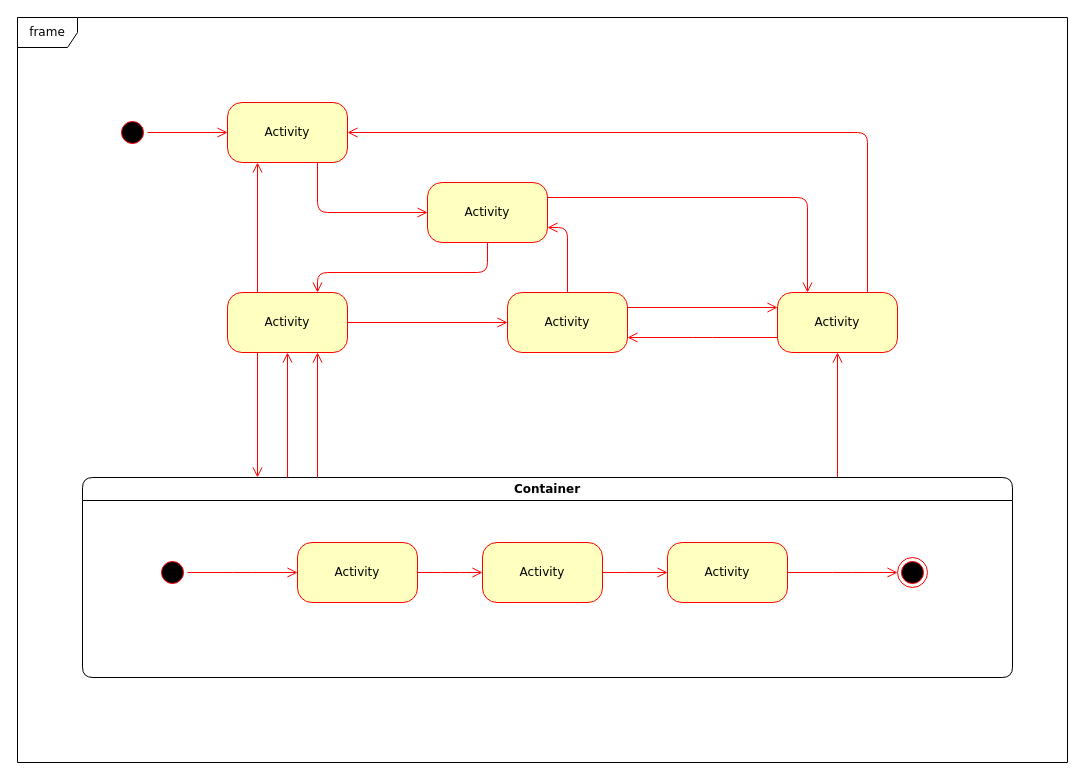
The draw.io diagram page "Page-1" (1 of 3) of Untitled Diagram.drawio in huyjim1996/AOI-Machine, before the edit. Source tidied: cells renumbered, new cells numbered last; positions are measured from the earlier drawing's top-left corner, leaving out a move shared by most shapes. Both pictures are drawn from the tidied source at 100%, with x=0, y=0 at pixel (17, 17).
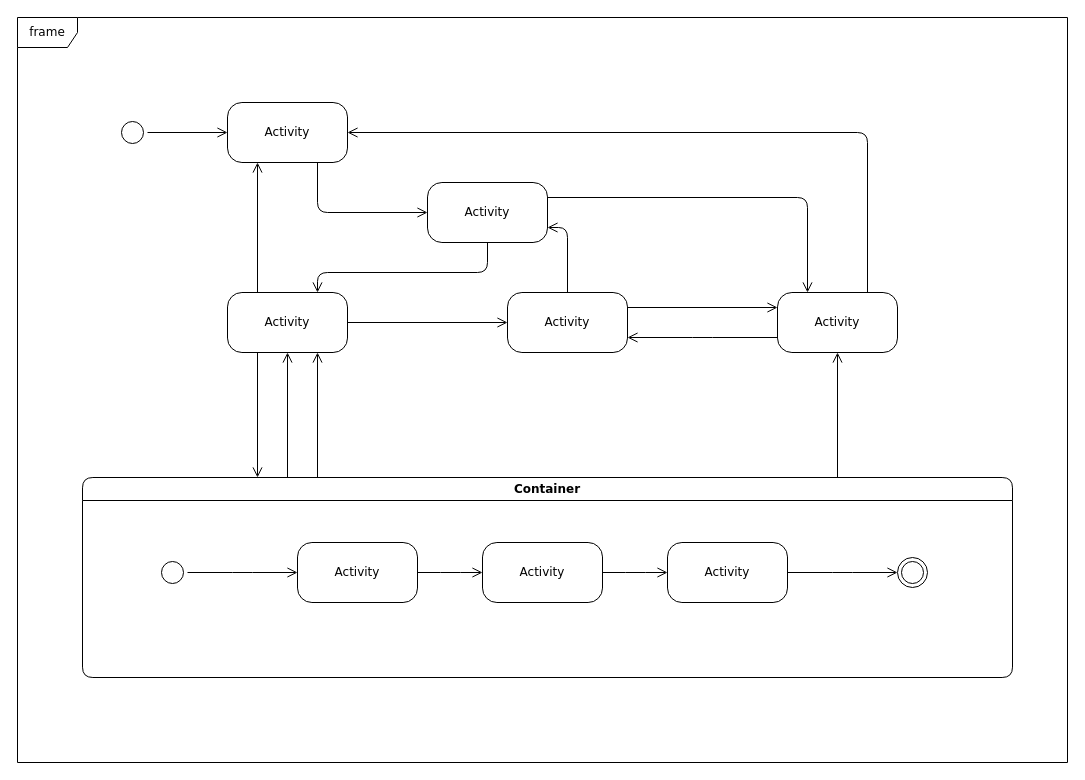
After the change.

The change refers to these unchanged cells:
```xml
<mxCell id="12" value="Container" style="swimlane;whiteSpace=wrap;html=1;rounded=1;shadow=0;comic=0;labelBackgroundColor=none;strokeWidth=1;fontFamily=Verdana;fontSize=12;align=center;" parent="1" vertex="1">
  <mxGeometry x="65" y="460" width="930" height="200" as="geometry" />
</mxCell>
```

Change to the diagram source:
```diff
@@
-    <mxCell id="2" style="ellipse;html=1;shape=startState;fillColor=#000000;strokeColor=#ff0000;rounded=1;shadow=0;comic=0;labelBackgroundColor=none;fontFamily=Verdana;fontSize=12;fontColor=#000000;align=center;direction=south;" parent="1" vertex="1">
+    <mxCell id="2" style="ellipse;html=1;shape=startState;rounded=1;shadow=0;comic=0;labelBackgroundColor=none;fontFamily=Verdana;fontSize=12;align=center;direction=south;" parent="1" vertex="1">
       <mxGeometry x="100" y="100" width="30" height="30" as="geometry" />
     </mxCell>
-    <mxCell id="3" value="Activity" style="rounded=1;whiteSpace=wrap;html=1;arcSize=24;fillColor=#ffffc0;strokeColor=#ff0000;shadow=0;comic=0;labelBackgroundColor=none;fontFamily=Verdana;fontSize=12;fontColor=#000000;align=center;" parent="1" vertex="1">
+    <mxCell id="3" value="Activity" style="rounded=1;whiteSpace=wrap;html=1;arcSize=24;shadow=0;comic=0;labelBackgroundColor=none;fontFamily=Verdana;fontSize=12;align=center;" parent="1" vertex="1">
       <mxGeometry x="210" y="275" width="120" height="60" as="geometry" />
     </mxCell>
-    <mxCell id="4" value="Activity" style="rounded=1;whiteSpace=wrap;html=1;arcSize=24;fillColor=#ffffc0;strokeColor=#ff0000;shadow=0;comic=0;labelBackgroundColor=none;fontFamily=Verdana;fontSize=12;fontColor=#000000;align=center;" parent="1" vertex="1">
+    <mxCell id="4" value="Activity" style="rounded=1;whiteSpace=wrap;html=1;arcSize=24;shadow=0;comic=0;labelBackgroundColor=none;fontFamily=Verdana;fontSize=12;align=center;" parent="1" vertex="1">
       <mxGeometry x="210" y="85" width="120" height="60" as="geometry" />
     </mxCell>
-    <mxCell id="5" style="edgeStyle=orthogonalEdgeStyle;html=1;exitX=1;exitY=0.25;entryX=0.25;entryY=0;labelBackgroundColor=none;endArrow=open;endSize=8;strokeColor=#ff0000;fontFamily=Verdana;fontSize=12;align=left;" parent="1" edge="1" source="6" target="9">
+    <mxCell id="5" style="edgeStyle=orthogonalEdgeStyle;html=1;exitX=1;exitY=0.25;entryX=0.25;entryY=0;labelBackgroundColor=none;endArrow=open;endSize=8;fontFamily=Verdana;fontSize=12;align=left;fontColor=default;" parent="1" edge="1" source="6" target="9">
       <mxGeometry relative="1" as="geometry" />
     </mxCell>
-    <mxCell id="6" value="Activity" style="rounded=1;whiteSpace=wrap;html=1;arcSize=24;fillColor=#ffffc0;strokeColor=#ff0000;shadow=0;comic=0;labelBackgroundColor=none;fontFamily=Verdana;fontSize=12;fontColor=#000000;align=center;" parent="1" vertex="1">
+    <mxCell id="6" value="Activity" style="rounded=1;whiteSpace=wrap;html=1;arcSize=24;shadow=0;comic=0;labelBackgroundColor=none;fontFamily=Verdana;fontSize=12;align=center;" parent="1" vertex="1">
       <mxGeometry x="410" y="165" width="120" height="60" as="geometry" />
     </mxCell>
-    <mxCell id="7" style="edgeStyle=orthogonalEdgeStyle;html=1;exitX=0.75;exitY=0;entryX=1;entryY=0.5;labelBackgroundColor=none;endArrow=open;endSize=8;strokeColor=#ff0000;fontFamily=Verdana;fontSize=12;align=left;" parent="1" edge="1" source="9" target="4">
+    <mxCell id="7" style="edgeStyle=orthogonalEdgeStyle;html=1;exitX=0.75;exitY=0;entryX=1;entryY=0.5;labelBackgroundColor=none;endArrow=open;endSize=8;fontFamily=Verdana;fontSize=12;align=left;fontColor=default;" parent="1" edge="1" source="9" target="4">
       <mxGeometry relative="1" as="geometry">
         <Array as="points">
           <mxPoint x="850" y="115" />
         </Array>
       </mxGeometry>
     </mxCell>
-    <mxCell id="8" style="edgeStyle=elbowEdgeStyle;html=1;exitX=0;exitY=0.75;entryX=1;entryY=0.75;labelBackgroundColor=none;endArrow=open;endSize=8;strokeColor=#ff0000;fontFamily=Verdana;fontSize=12;align=left;" parent="1" edge="1" source="9" target="10">
+    <mxCell id="8" style="edgeStyle=elbowEdgeStyle;html=1;exitX=0;exitY=0.75;entryX=1;entryY=0.75;labelBackgroundColor=none;endArrow=open;endSize=8;fontFamily=Verdana;fontSize=12;align=left;fontColor=default;" parent="1" edge="1" source="9" target="10">
       <mxGeometry relative="1" as="geometry" />
     </mxCell>
-    <mxCell id="9" value="Activity" style="rounded=1;whiteSpace=wrap;html=1;arcSize=24;fillColor=#ffffc0;strokeColor=#ff0000;shadow=0;comic=0;labelBackgroundColor=none;fontFamily=Verdana;fontSize=12;fontColor=#000000;align=center;" parent="1" vertex="1">
+    <mxCell id="9" value="Activity" style="rounded=1;whiteSpace=wrap;html=1;arcSize=24;shadow=0;comic=0;labelBackgroundColor=none;fontFamily=Verdana;fontSize=12;align=center;" parent="1" vertex="1">
       <mxGeometry x="760" y="275" width="120" height="60" as="geometry" />
     </mxCell>
-    <mxCell id="10" value="Activity" style="rounded=1;whiteSpace=wrap;html=1;arcSize=24;fillColor=#ffffc0;strokeColor=#ff0000;shadow=0;comic=0;labelBackgroundColor=none;fontFamily=Verdana;fontSize=12;fontColor=#000000;align=center;" parent="1" vertex="1">
+    <mxCell id="10" value="Activity" style="rounded=1;whiteSpace=wrap;html=1;arcSize=24;shadow=0;comic=0;labelBackgroundColor=none;fontFamily=Verdana;fontSize=12;align=center;" parent="1" vertex="1">
       <mxGeometry x="490" y="275" width="120" height="60" as="geometry" />
     </mxCell>
-    <mxCell id="11" style="edgeStyle=elbowEdgeStyle;html=1;labelBackgroundColor=none;endArrow=open;endSize=8;strokeColor=#ff0000;fontFamily=Verdana;fontSize=12;align=left;" parent="1" edge="1" source="12" target="9">
+    <mxCell id="11" style="edgeStyle=elbowEdgeStyle;html=1;labelBackgroundColor=none;endArrow=open;endSize=8;fontFamily=Verdana;fontSize=12;align=left;fontColor=default;" parent="1" edge="1" source="12" target="9">
       <mxGeometry relative="1" as="geometry" />
     </mxCell>
@@
-    <mxCell id="13" style="edgeStyle=elbowEdgeStyle;html=1;labelBackgroundColor=none;endArrow=open;endSize=8;strokeColor=#ff0000;fontFamily=Verdana;fontSize=12;align=left;" parent="12" edge="1" source="14" target="19">
+    <mxCell id="13" style="edgeStyle=elbowEdgeStyle;html=1;labelBackgroundColor=none;endArrow=open;endSize=8;fontFamily=Verdana;fontSize=12;align=left;fontColor=default;" parent="12" edge="1" source="14" target="19">
       <mxGeometry relative="1" as="geometry" />
     </mxCell>
-    <mxCell id="14" value="Activity" style="rounded=1;whiteSpace=wrap;html=1;arcSize=24;fillColor=#ffffc0;strokeColor=#ff0000;shadow=0;comic=0;labelBackgroundColor=none;fontFamily=Verdana;fontSize=12;fontColor=#000000;align=center;" parent="12" vertex="1">
+    <mxCell id="14" value="Activity" style="rounded=1;whiteSpace=wrap;html=1;arcSize=24;shadow=0;comic=0;labelBackgroundColor=none;fontFamily=Verdana;fontSize=12;align=center;" parent="12" vertex="1">
       <mxGeometry x="215" y="65" width="120" height="60" as="geometry" />
     </mxCell>
-    <mxCell id="15" style="ellipse;html=1;shape=endState;fillColor=#000000;strokeColor=#ff0000;rounded=1;shadow=0;comic=0;labelBackgroundColor=none;fontFamily=Verdana;fontSize=12;fontColor=#000000;align=center;" parent="12" vertex="1">
+    <mxCell id="15" style="ellipse;html=1;shape=endState;rounded=1;shadow=0;comic=0;labelBackgroundColor=none;fontFamily=Verdana;fontSize=12;align=center;" parent="12" vertex="1">
       <mxGeometry x="815" y="80" width="30" height="30" as="geometry" />
     </mxCell>
-    <mxCell id="16" style="edgeStyle=elbowEdgeStyle;html=1;labelBackgroundColor=none;endArrow=open;endSize=8;strokeColor=#ff0000;fontFamily=Verdana;fontSize=12;align=left;" parent="12" edge="1" source="17" target="14">
+    <mxCell id="16" style="edgeStyle=elbowEdgeStyle;html=1;labelBackgroundColor=none;endArrow=open;endSize=8;fontFamily=Verdana;fontSize=12;align=left;fontColor=default;" parent="12" edge="1" source="17" target="14">
       <mxGeometry relative="1" as="geometry" />
     </mxCell>
-    <mxCell id="17" style="ellipse;html=1;shape=startState;fillColor=#000000;strokeColor=#ff0000;rounded=1;shadow=0;comic=0;labelBackgroundColor=none;fontFamily=Verdana;fontSize=12;fontColor=#000000;align=center;direction=south;" parent="12" vertex="1">
+    <mxCell id="17" style="ellipse;html=1;shape=startState;rounded=1;shadow=0;comic=0;labelBackgroundColor=none;fontFamily=Verdana;fontSize=12;align=center;direction=south;" parent="12" vertex="1">
       <mxGeometry x="75" y="80" width="30" height="30" as="geometry" />
     </mxCell>
-    <mxCell id="18" style="edgeStyle=elbowEdgeStyle;html=1;labelBackgroundColor=none;endArrow=open;endSize=8;strokeColor=#ff0000;fontFamily=Verdana;fontSize=12;align=left;" parent="12" edge="1" source="19" target="21">
+    <mxCell id="18" style="edgeStyle=elbowEdgeStyle;html=1;labelBackgroundColor=none;endArrow=open;endSize=8;fontFamily=Verdana;fontSize=12;align=left;fontColor=default;" parent="12" edge="1" source="19" target="21">
       <mxGeometry relative="1" as="geometry" />
     </mxCell>
-    <mxCell id="19" value="Activity" style="rounded=1;whiteSpace=wrap;html=1;arcSize=24;fillColor=#ffffc0;strokeColor=#ff0000;shadow=0;comic=0;labelBackgroundColor=none;fontFamily=Verdana;fontSize=12;fontColor=#000000;align=center;" parent="12" vertex="1">
+    <mxCell id="19" value="Activity" style="rounded=1;whiteSpace=wrap;html=1;arcSize=24;shadow=0;comic=0;labelBackgroundColor=none;fontFamily=Verdana;fontSize=12;align=center;" parent="12" vertex="1">
       <mxGeometry x="400" y="65" width="120" height="60" as="geometry" />
     </mxCell>
-    <mxCell id="20" style="edgeStyle=elbowEdgeStyle;html=1;labelBackgroundColor=none;endArrow=open;endSize=8;strokeColor=#ff0000;fontFamily=Verdana;fontSize=12;align=left;" parent="12" edge="1" source="21" target="15">
+    <mxCell id="20" style="edgeStyle=elbowEdgeStyle;html=1;labelBackgroundColor=none;endArrow=open;endSize=8;fontFamily=Verdana;fontSize=12;align=left;fontColor=default;" parent="12" edge="1" source="21" target="15">
       <mxGeometry relative="1" as="geometry" />
     </mxCell>
-    <mxCell id="21" value="Activity" style="rounded=1;whiteSpace=wrap;html=1;arcSize=24;fillColor=#ffffc0;strokeColor=#ff0000;shadow=0;comic=0;labelBackgroundColor=none;fontFamily=Verdana;fontSize=12;fontColor=#000000;align=center;" parent="12" vertex="1">
+    <mxCell id="21" value="Activity" style="rounded=1;whiteSpace=wrap;html=1;arcSize=24;shadow=0;comic=0;labelBackgroundColor=none;fontFamily=Verdana;fontSize=12;align=center;" parent="12" vertex="1">
       <mxGeometry x="585" y="65" width="120" height="60" as="geometry" />
     </mxCell>
@@
-    <mxCell id="23" style="edgeStyle=orthogonalEdgeStyle;html=1;labelBackgroundColor=none;endArrow=open;endSize=8;strokeColor=#ff0000;fontFamily=Verdana;fontSize=12;align=left;" parent="1" edge="1" source="2" target="4">
+    <mxCell id="23" style="edgeStyle=orthogonalEdgeStyle;html=1;labelBackgroundColor=none;endArrow=open;endSize=8;fontFamily=Verdana;fontSize=12;align=left;fontColor=default;" parent="1" edge="1" source="2" target="4">
       <mxGeometry relative="1" as="geometry" />
     </mxCell>
-    <mxCell id="24" style="edgeStyle=orthogonalEdgeStyle;html=1;labelBackgroundColor=none;endArrow=open;endSize=8;strokeColor=#ff0000;fontFamily=Verdana;fontSize=12;align=left;entryX=0;entryY=0.5;" parent="1" edge="1" source="4" target="6">
+    <mxCell id="24" style="edgeStyle=orthogonalEdgeStyle;html=1;labelBackgroundColor=none;endArrow=open;endSize=8;fontFamily=Verdana;fontSize=12;align=left;entryX=0;entryY=0.5;fontColor=default;" parent="1" edge="1" source="4" target="6">
       <mxGeometry relative="1" as="geometry">
         <Array as="points">
           <mxPoint x="300" y="195" />
         </Array>
       </mxGeometry>
     </mxCell>
-    <mxCell id="25" style="edgeStyle=orthogonalEdgeStyle;html=1;entryX=0.75;entryY=0;labelBackgroundColor=none;endArrow=open;endSize=8;strokeColor=#ff0000;fontFamily=Verdana;fontSize=12;align=left;exitX=0.5;exitY=1;" parent="1" edge="1" source="6" target="3">
+    <mxCell id="25" style="edgeStyle=orthogonalEdgeStyle;html=1;entryX=0.75;entryY=0;labelBackgroundColor=none;endArrow=open;endSize=8;fontFamily=Verdana;fontSize=12;align=left;exitX=0.5;exitY=1;fontColor=default;" parent="1" edge="1" source="6" target="3">
       <mxGeometry relative="1" as="geometry">
         <Array as="points">
           <mxPoint x="470" y="255" />
           <mxPoint x="300" y="255" />
         </Array>
       </mxGeometry>
     </mxCell>
-    <mxCell id="26" style="edgeStyle=orthogonalEdgeStyle;html=1;exitX=0.25;exitY=0;entryX=0.25;entryY=1;labelBackgroundColor=none;endArrow=open;endSize=8;strokeColor=#ff0000;fontFamily=Verdana;fontSize=12;align=left;" parent="1" edge="1" source="3" target="4">
+    <mxCell id="26" style="edgeStyle=orthogonalEdgeStyle;html=1;exitX=0.25;exitY=0;entryX=0.25;entryY=1;labelBackgroundColor=none;endArrow=open;endSize=8;fontFamily=Verdana;fontSize=12;align=left;fontColor=default;" parent="1" edge="1" source="3" target="4">
       <mxGeometry relative="1" as="geometry" />
     </mxCell>
-    <mxCell id="27" style="edgeStyle=orthogonalEdgeStyle;html=1;exitX=1;exitY=0.5;entryX=0;entryY=0.5;labelBackgroundColor=none;endArrow=open;endSize=8;strokeColor=#ff0000;fontFamily=Verdana;fontSize=12;align=left;" parent="1" edge="1" source="3" target="10">
+    <mxCell id="27" style="edgeStyle=orthogonalEdgeStyle;html=1;exitX=1;exitY=0.5;entryX=0;entryY=0.5;labelBackgroundColor=none;endArrow=open;endSize=8;fontFamily=Verdana;fontSize=12;align=left;fontColor=default;" parent="1" edge="1" source="3" target="10">
       <mxGeometry relative="1" as="geometry" />
     </mxCell>
-    <mxCell id="28" style="edgeStyle=orthogonalEdgeStyle;html=1;exitX=0.5;exitY=0;entryX=1;entryY=0.75;labelBackgroundColor=none;endArrow=open;endSize=8;strokeColor=#ff0000;fontFamily=Verdana;fontSize=12;align=left;" parent="1" edge="1" source="10" target="6">
+    <mxCell id="28" style="edgeStyle=orthogonalEdgeStyle;html=1;exitX=0.5;exitY=0;entryX=1;entryY=0.75;labelBackgroundColor=none;endArrow=open;endSize=8;fontFamily=Verdana;fontSize=12;align=left;fontColor=default;" parent="1" edge="1" source="10" target="6">
       <mxGeometry relative="1" as="geometry" />
     </mxCell>
-    <mxCell id="29" style="edgeStyle=orthogonalEdgeStyle;html=1;exitX=1;exitY=0.25;entryX=0;entryY=0.25;labelBackgroundColor=none;endArrow=open;endSize=8;strokeColor=#ff0000;fontFamily=Verdana;fontSize=12;align=left;" parent="1" edge="1" source="10" target="9">
+    <mxCell id="29" style="edgeStyle=orthogonalEdgeStyle;html=1;exitX=1;exitY=0.25;entryX=0;entryY=0.25;labelBackgroundColor=none;endArrow=open;endSize=8;fontFamily=Verdana;fontSize=12;align=left;fontColor=default;" parent="1" edge="1" source="10" target="9">
       <mxGeometry relative="1" as="geometry" />
     </mxCell>
-    <mxCell id="30" style="edgeStyle=elbowEdgeStyle;html=1;labelBackgroundColor=none;endArrow=open;endSize=8;strokeColor=#ff0000;fontFamily=Verdana;fontSize=12;align=left;entryX=0.75;entryY=1;" parent="1" edge="1" source="12" target="3">
+    <mxCell id="30" style="edgeStyle=elbowEdgeStyle;html=1;labelBackgroundColor=none;endArrow=open;endSize=8;fontFamily=Verdana;fontSize=12;align=left;entryX=0.75;entryY=1;fontColor=default;" parent="1" edge="1" source="12" target="3">
       <mxGeometry relative="1" as="geometry" />
     </mxCell>
-    <mxCell id="31" style="edgeStyle=elbowEdgeStyle;html=1;labelBackgroundColor=none;endArrow=open;endSize=8;strokeColor=#ff0000;fontFamily=Verdana;fontSize=12;align=left;entryX=0.5;entryY=1;" parent="1" edge="1" source="12" target="3">
+    <mxCell id="31" style="edgeStyle=elbowEdgeStyle;html=1;labelBackgroundColor=none;endArrow=open;endSize=8;fontFamily=Verdana;fontSize=12;align=left;entryX=0.5;entryY=1;fontColor=default;" parent="1" edge="1" source="12" target="3">
       <mxGeometry relative="1" as="geometry" />
     </mxCell>
-    <mxCell id="32" style="edgeStyle=elbowEdgeStyle;html=1;labelBackgroundColor=none;endArrow=open;endSize=8;strokeColor=#ff0000;fontFamily=Verdana;fontSize=12;align=left;exitX=0.25;exitY=1;" parent="1" edge="1" source="3" target="12">
+    <mxCell id="32" style="edgeStyle=elbowEdgeStyle;html=1;labelBackgroundColor=none;endArrow=open;endSize=8;fontFamily=Verdana;fontSize=12;align=left;exitX=0.25;exitY=1;fontColor=default;" parent="1" edge="1" source="3" target="12">
       <mxGeometry relative="1" as="geometry" />
     </mxCell>
```
